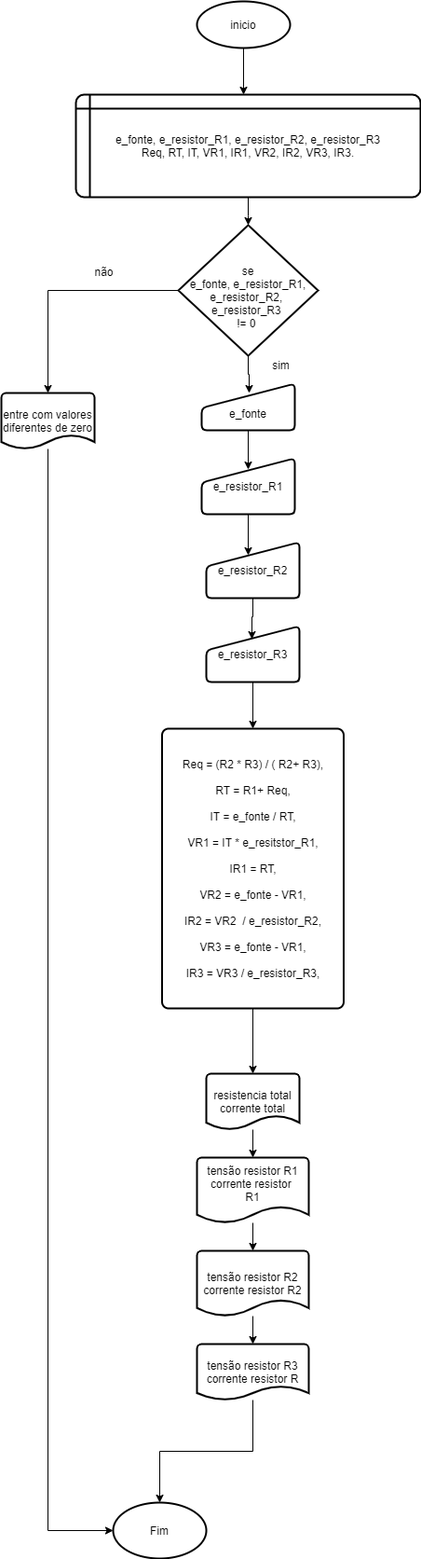
The draw.io diagram Untitled Diagram.png in Ederivanbenvindo/exercicio-circuito-eletrico, before a commit. Source tidied: cells renumbered, new cells last; positions are measured from the earlier drawing's top-left corner, leaving out a move shared by most shapes.
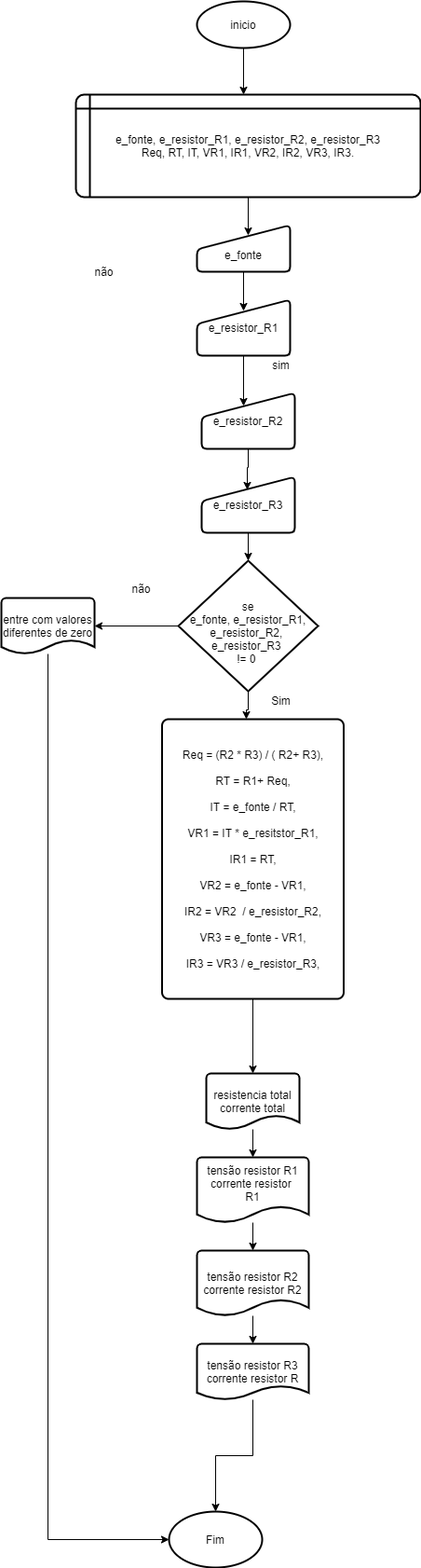
The same file after the commit.

The edit, as a diff of the source:
```diff
@@ -20,47 +20,42 @@
         <mxPoint x="260" y="150" as="targetPoint" />
       </mxGeometry>
     </mxCell>
-    <mxCell id="5" style="edgeStyle=orthogonalEdgeStyle;rounded=0;jettySize=auto;html=1;" parent="1" edge="1" source="6" target="9">
-      <mxGeometry relative="1" as="geometry">
-        <Array as="points">
-          <mxPoint x="265" y="230" />
-          <mxPoint x="265" y="230" />
-        </Array>
-      </mxGeometry>
-    </mxCell>
+    <mxCell id="33" style="edgeStyle=orthogonalEdgeStyle;rounded=0;jettySize=auto;html=1;entryX=0.55;entryY=0.22;entryDx=0;entryDy=0;entryPerimeter=0;" parent="1" edge="1" source="6" target="15">
+      <mxGeometry relative="1" as="geometry" />
+    </mxCell>
     <mxCell id="6" value="e_fonte, e_resistor_R1, e_resistor_R2, e_resistor_R3&lt;br&gt;Req, RT, IT, VR1, IR1, VR2, IR2, VR3, IR3." style="shape=internalStorage;whiteSpace=wrap;html=1;dx=15;dy=15;rounded=1;arcSize=8;strokeWidth=2;" parent="1" vertex="1">
       <mxGeometry x="80" y="100" width="370" height="110" as="geometry" />
     </mxCell>
-    <mxCell id="7" style="edgeStyle=orthogonalEdgeStyle;rounded=0;jettySize=auto;html=1;entryX=0.5;entryY=0;entryDx=0;entryDy=0;entryPerimeter=0;" parent="1" edge="1" source="9" target="11">
+    <mxCell id="7" style="edgeStyle=orthogonalEdgeStyle;rounded=0;jettySize=auto;html=1;entryX=1;entryY=0.5;entryDx=0;entryDy=0;entryPerimeter=0;" parent="1" edge="1" source="9" target="11">
       <mxGeometry relative="1" as="geometry" />
     </mxCell>
-    <mxCell id="8" style="edgeStyle=orthogonalEdgeStyle;rounded=0;jettySize=auto;html=1;entryX=0.51;entryY=0.2;entryDx=0;entryDy=0;entryPerimeter=0;" parent="1" edge="1" source="9" target="15">
-      <mxGeometry relative="1" as="geometry" />
-    </mxCell>
+    <mxCell id="34" style="edgeStyle=orthogonalEdgeStyle;rounded=0;jettySize=auto;html=1;entryX=0.464;entryY=0;entryDx=0;entryDy=0;entryPerimeter=0;" parent="1" edge="1" source="9" target="13">
+      <mxGeometry relative="1" as="geometry" />
+    </mxCell>
     <mxCell id="9" value="&lt;br&gt;se&lt;br&gt;e_fonte, e_resistor_R1, e_resistor_R2,&amp;nbsp;&lt;br&gt;e_resistor_R3&amp;nbsp;&lt;br&gt;!= 0&amp;nbsp;" style="strokeWidth=2;html=1;shape=mxgraph.flowchart.decision;whiteSpace=wrap;" parent="1" vertex="1">
-      <mxGeometry x="190" y="240" width="150" height="140" as="geometry" />
+      <mxGeometry x="190" y="600" width="150" height="140" as="geometry" />
     </mxCell>
     <mxCell id="10" style="edgeStyle=orthogonalEdgeStyle;rounded=0;jettySize=auto;html=1;entryX=0;entryY=0.5;entryDx=0;entryDy=0;entryPerimeter=0;" parent="1" edge="1" source="11" target="32">
       <mxGeometry relative="1" as="geometry">
         <Array as="points">
-          <mxPoint x="50" y="1640" />
+          <mxPoint x="50" y="1650" />
         </Array>
       </mxGeometry>
     </mxCell>
     <mxCell id="11" value="entre com valores diferentes de zero&lt;br&gt;" style="strokeWidth=2;html=1;shape=mxgraph.flowchart.document2;whiteSpace=wrap;size=0.25;" parent="1" vertex="1">
-      <mxGeometry y="420" width="100" height="60" as="geometry" />
+      <mxGeometry y="640" width="100" height="60" as="geometry" />
     </mxCell>
     <mxCell id="12" value="não" style="text;html=1;align=center;verticalAlign=middle;" parent="1" vertex="1">
       <mxGeometry x="90" y="280" width="40" height="20" as="geometry" />
     </mxCell>
     <mxCell id="13" value="&lt;br&gt;&lt;br&gt;&lt;br&gt;Req = (R2 * R3) / ( R2+ R3),&lt;br&gt;&lt;br&gt;RT = R1+ Req,&lt;br&gt;&lt;br&gt;IT = e_fonte / RT,&lt;br&gt;&lt;br&gt;VR1 = IT * e_resitstor_R1,&lt;br&gt;&lt;br&gt;IR1 = RT,&lt;br&gt;&lt;br&gt;VR2 = e_fonte - VR1,&lt;br&gt;&lt;br&gt;IR2 = VR2&amp;nbsp; / e_resistor_R2,&lt;br&gt;&lt;br&gt;VR3 = e_fonte - VR1,&lt;br&gt;&lt;br&gt;IR3 = VR3 / e_resistor_R3,&lt;br&gt;&lt;br&gt;&lt;br&gt;&amp;nbsp;" style="rounded=1;whiteSpace=wrap;html=1;absoluteArcSize=1;arcSize=14;strokeWidth=2;" parent="1" vertex="1">
-      <mxGeometry x="172.5" y="780" width="195" height="300" as="geometry" />
+      <mxGeometry x="172.5" y="770" width="195" height="300" as="geometry" />
     </mxCell>
     <mxCell id="14" style="edgeStyle=orthogonalEdgeStyle;rounded=0;jettySize=auto;html=1;entryX=0.5;entryY=0.2;entryDx=0;entryDy=0;entryPerimeter=0;" parent="1" edge="1" source="15" target="18">
       <mxGeometry relative="1" as="geometry" />
     </mxCell>
     <mxCell id="15" value="&lt;br&gt;e_fonte" style="html=1;strokeWidth=2;shape=manualInput;whiteSpace=wrap;rounded=1;size=26;arcSize=11;" parent="1" vertex="1">
-      <mxGeometry x="215" y="410" width="100" height="50" as="geometry" />
+      <mxGeometry x="210" y="240" width="100" height="50" as="geometry" />
     </mxCell>
     <mxCell id="16" value="sim" style="text;html=1;align=center;verticalAlign=middle;" parent="1" vertex="1">
       <mxGeometry x="285" y="380" width="30" height="20" as="geometry" />
@@ -69,19 +64,19 @@
       <mxGeometry relative="1" as="geometry" />
     </mxCell>
     <mxCell id="18" value="e_resistor_R1" style="html=1;strokeWidth=2;shape=manualInput;whiteSpace=wrap;rounded=1;size=26;arcSize=11;" parent="1" vertex="1">
-      <mxGeometry x="215" y="490" width="100" height="60" as="geometry" />
+      <mxGeometry x="210" y="320" width="100" height="60" as="geometry" />
     </mxCell>
-    <mxCell id="19" style="edgeStyle=orthogonalEdgeStyle;rounded=0;jettySize=auto;html=1;entryX=0.5;entryY=0;entryDx=0;entryDy=0;" parent="1" edge="1" source="20" target="13">
-      <mxGeometry relative="1" as="geometry" />
-    </mxCell>
+    <mxCell id="35" style="edgeStyle=orthogonalEdgeStyle;rounded=0;jettySize=auto;html=1;entryX=0.5;entryY=0;entryDx=0;entryDy=0;entryPerimeter=0;" parent="1" edge="1" source="20" target="9">
+      <mxGeometry relative="1" as="geometry" />
+    </mxCell>
     <mxCell id="20" value="e_resistor_R3" style="html=1;strokeWidth=2;shape=manualInput;whiteSpace=wrap;rounded=1;size=26;arcSize=11;" parent="1" vertex="1">
-      <mxGeometry x="220" y="670" width="100" height="60" as="geometry" />
+      <mxGeometry x="215" y="510" width="100" height="60" as="geometry" />
     </mxCell>
     <mxCell id="21" style="edgeStyle=orthogonalEdgeStyle;rounded=0;jettySize=auto;html=1;entryX=0.49;entryY=0.233;entryDx=0;entryDy=0;entryPerimeter=0;" parent="1" edge="1" source="22" target="20">
       <mxGeometry relative="1" as="geometry" />
     </mxCell>
     <mxCell id="22" value="e_resistor_R2" style="html=1;strokeWidth=2;shape=manualInput;whiteSpace=wrap;rounded=1;size=26;arcSize=11;" parent="1" vertex="1">
-      <mxGeometry x="220" y="580" width="100" height="60" as="geometry" />
+      <mxGeometry x="215" y="420" width="100" height="60" as="geometry" />
     </mxCell>
     <mxCell id="23" style="edgeStyle=orthogonalEdgeStyle;rounded=0;jettySize=auto;html=1;exitX=0.5;exitY=1;exitDx=0;exitDy=0;" parent="1" edge="1" source="13">
       <mxGeometry relative="1" as="geometry">
@@ -113,7 +108,13 @@
       <mxGeometry x="220" y="1150" width="100" height="60" as="geometry" />
     </mxCell>
     <mxCell id="32" value="Fim" style="strokeWidth=2;html=1;shape=mxgraph.flowchart.start_1;whiteSpace=wrap;" parent="1" vertex="1">
-      <mxGeometry x="120" y="1610" width="100" height="60" as="geometry" />
+      <mxGeometry x="180" y="1620" width="100" height="60" as="geometry" />
     </mxCell>
+    <mxCell id="36" value="não" style="text;html=1;align=center;verticalAlign=middle;" parent="1" vertex="1">
+      <mxGeometry x="130" y="620" width="40" height="20" as="geometry" />
+    </mxCell>
+    <mxCell id="37" value="Sim" style="text;html=1;align=center;verticalAlign=middle;" parent="1" vertex="1">
+      <mxGeometry x="280" y="740" width="40" height="20" as="geometry" />
+    </mxCell>
   </root>
 </mxGraphModel>
```
